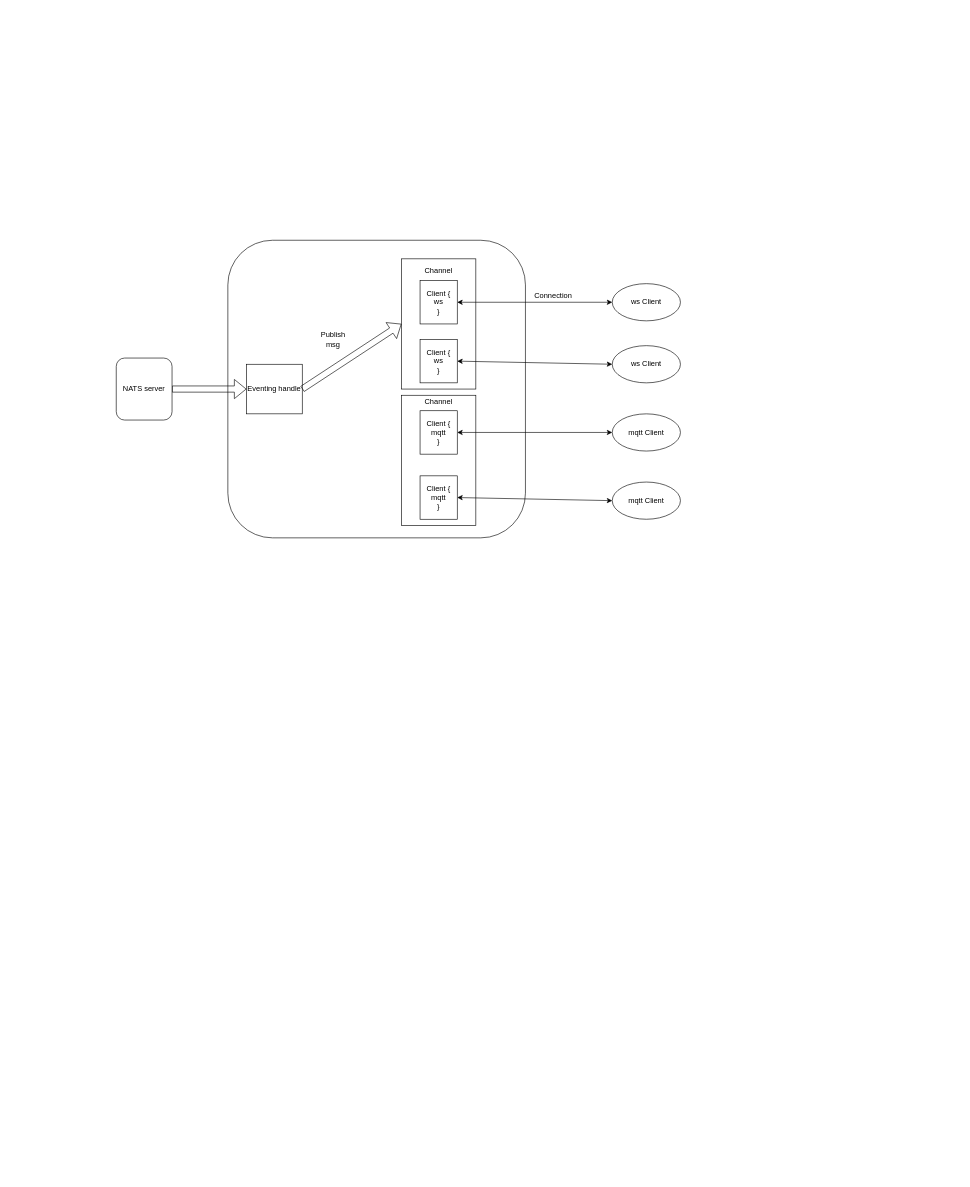
zhangwm1987/mydraw_io keeps this draw.io diagram as page "Push service" (3 of 3) of HP/whole_auth.drawio. Above is the earlier version. Source tidied: cells renumbered, new cells numbered last; positions are measured from the earlier drawing's top-left corner, leaving out a move shared by most shapes. Both pictures are drawn from the tidied source at 62%, with x=0, y=0 at pixel (116, 240).
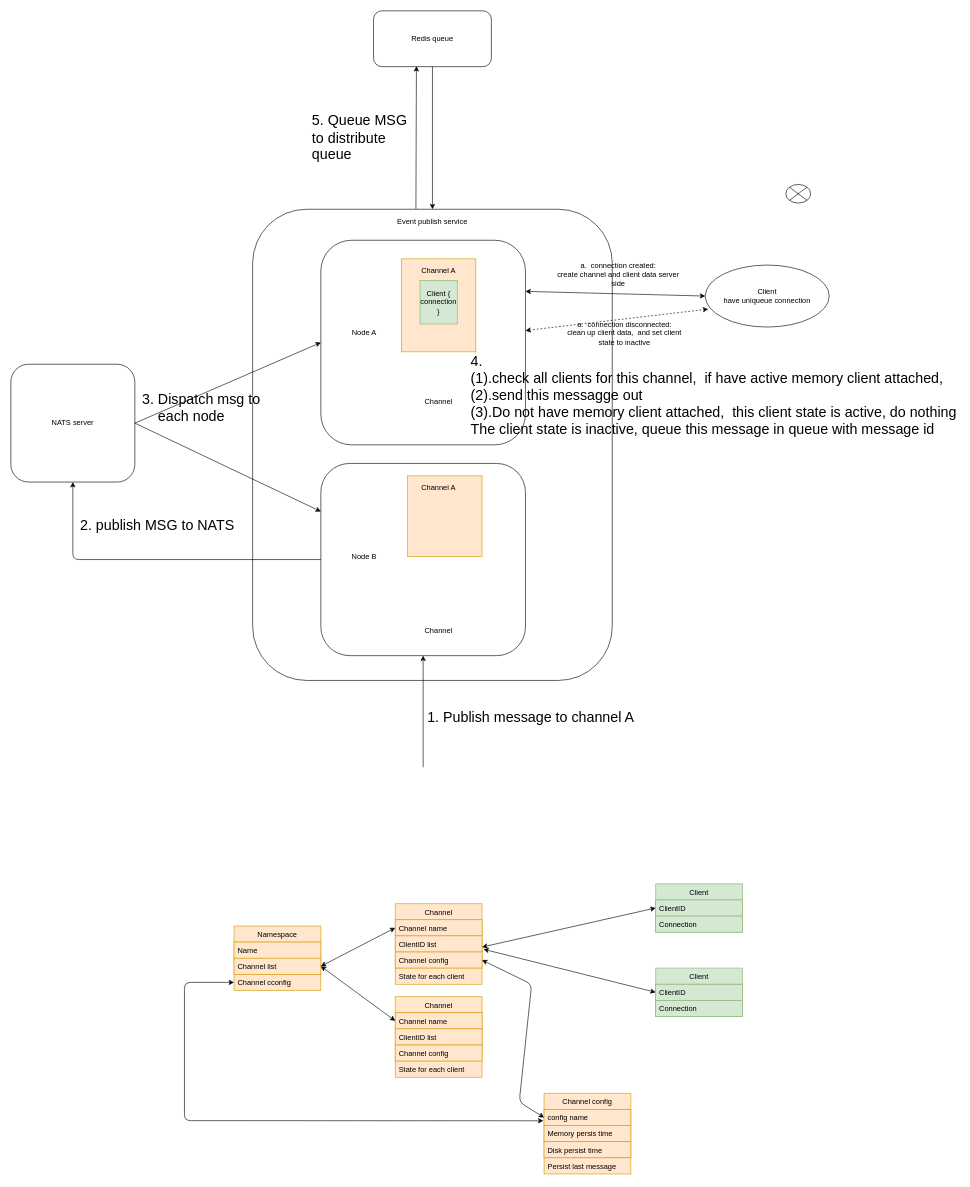
After the change.

Change to the diagram source:
```diff
@@
+    <mxCell id="25" style="rounded=1;whiteSpace=wrap;html=1;" parent="1" vertex="1">
+      <mxGeometry x="220" y="-50" width="580" height="760" as="geometry" />
+    </mxCell>
     <mxCell id="2" style="rounded=1;whiteSpace=wrap;html=1;" parent="1" vertex="1">
-      <mxGeometry x="180" width="480" height="480" as="geometry" />
+      <mxGeometry x="330" width="330" height="330" as="geometry" />
     </mxCell>
-    <mxCell id="3" value="ws Client" style="ellipse;whiteSpace=wrap;html=1;" parent="1" vertex="1">
-      <mxGeometry x="800" y="170" width="110" height="60" as="geometry" />
-    </mxCell>
-    <mxCell id="4" value="mqtt Client" style="ellipse;whiteSpace=wrap;html=1;" parent="1" vertex="1">
-      <mxGeometry x="800" y="280" width="110" height="60" as="geometry" />
-    </mxCell>
-    <mxCell id="5" value="ws Client" style="ellipse;whiteSpace=wrap;html=1;" parent="1" vertex="1">
-      <mxGeometry x="800" y="70" width="110" height="60" as="geometry" />
+    <mxCell id="5" value="Client&lt;br&gt;have uniqueue connection" style="ellipse;whiteSpace=wrap;html=1;" parent="1" vertex="1">
+      <mxGeometry x="950" y="40" width="200" height="100" as="geometry" />
     </mxCell>
-    <mxCell id="6" value="mqtt Client" style="ellipse;whiteSpace=wrap;html=1;" parent="1" vertex="1">
-      <mxGeometry x="800" y="390" width="110" height="60" as="geometry" />
-    </mxCell>
-    <mxCell id="7" style="rounded=0;whiteSpace=wrap;html=1;" parent="1" vertex="1">
-      <mxGeometry x="460" y="30" width="120" height="210" as="geometry" />
+    <mxCell id="7" style="rounded=0;whiteSpace=wrap;html=1;fillColor=#ffe6cc;strokeColor=#d79b00;" parent="1" vertex="1">
+      <mxGeometry x="460" y="30" width="120" height="150" as="geometry" />
     </mxCell>
-    <mxCell id="8" value="Client {&lt;br&gt;ws&lt;br&gt;}" style="rounded=0;whiteSpace=wrap;html=1;" parent="1" vertex="1">
+    <mxCell id="8" value="Client {&lt;br&gt;connection&lt;br&gt;}" style="rounded=0;whiteSpace=wrap;html=1;fillColor=#d5e8d4;strokeColor=#82b366;" parent="1" vertex="1">
       <mxGeometry x="490" y="65" width="60" height="70" as="geometry" />
     </mxCell>
-    <mxCell id="9" value="Client {&lt;br&gt;ws&lt;br&gt;}" style="rounded=0;whiteSpace=wrap;html=1;" parent="1" vertex="1">
-      <mxGeometry x="490" y="160" width="60" height="70" as="geometry" />
-    </mxCell>
-    <mxCell id="10" value="Channel" style="text;html=1;strokeColor=none;fillColor=none;align=center;verticalAlign=middle;whiteSpace=wrap;rounded=0;" parent="1" vertex="1">
+    <mxCell id="10" value="Channel A" style="text;html=1;strokeColor=none;fillColor=none;align=center;verticalAlign=middle;whiteSpace=wrap;rounded=0;" parent="1" vertex="1">
       <mxGeometry x="450" y="40" width="140" height="20" as="geometry" />
     </mxCell>
-    <mxCell id="11" style="rounded=0;whiteSpace=wrap;html=1;" parent="1" vertex="1">
-      <mxGeometry x="460" y="250" width="120" height="210" as="geometry" />
-    </mxCell>
-    <mxCell id="12" value="Client {&lt;br&gt;mqtt&lt;br&gt;}" style="rounded=0;whiteSpace=wrap;html=1;" parent="1" vertex="1">
-      <mxGeometry x="490" y="275" width="60" height="70" as="geometry" />
-    </mxCell>
-    <mxCell id="13" value="Client {&lt;br&gt;mqtt&lt;br&gt;}" style="rounded=0;whiteSpace=wrap;html=1;" parent="1" vertex="1">
-      <mxGeometry x="490" y="380" width="60" height="70" as="geometry" />
-    </mxCell>
-    <mxCell id="14" style="endArrow=classic;startArrow=classic;html=1;entryX=0;entryY=0.5;entryDx=0;entryDy=0;exitX=1;exitY=0.5;exitDx=0;exitDy=0;" parent="1" edge="1" source="8" target="5">
-      <mxGeometry relative="1" as="geometry" />
-    </mxCell>
-    <mxCell id="15" style="endArrow=classic;startArrow=classic;html=1;entryX=0;entryY=0.5;entryDx=0;entryDy=0;exitX=1;exitY=0.5;exitDx=0;exitDy=0;" parent="1" edge="1" source="9" target="3">
-      <mxGeometry relative="1" as="geometry" />
-    </mxCell>
-    <mxCell id="16" style="endArrow=classic;startArrow=classic;html=1;entryX=0;entryY=0.5;entryDx=0;entryDy=0;exitX=1;exitY=0.5;exitDx=0;exitDy=0;" parent="1" edge="1" source="12" target="4">
-      <mxGeometry relative="1" as="geometry" />
-    </mxCell>
-    <mxCell id="17" style="endArrow=classic;startArrow=classic;html=1;entryX=0;entryY=0.5;entryDx=0;entryDy=0;exitX=1;exitY=0.5;exitDx=0;exitDy=0;" parent="1" edge="1" source="13" target="6">
-      <mxGeometry relative="1" as="geometry" />
-    </mxCell>
@@
-    <mxCell id="19" value="Eventing handle" style="rounded=0;whiteSpace=wrap;html=1;" parent="1" vertex="1">
-      <mxGeometry x="210" y="200" width="90" height="80" as="geometry" />
-    </mxCell>
-    <mxCell id="20" style="shape=flexArrow;endArrow=classic;html=1;entryX=0;entryY=0.5;entryDx=0;entryDy=0;exitX=1;exitY=0.5;exitDx=0;exitDy=0;" parent="1" edge="1" source="19" target="7">
-      <mxGeometry relative="1" as="geometry" />
-    </mxCell>
-    <mxCell id="21" value="Publish&lt;br&gt;msg" style="text;html=1;strokeColor=none;fillColor=none;align=center;verticalAlign=middle;whiteSpace=wrap;rounded=0;" parent="1" vertex="1">
-      <mxGeometry x="330" y="150" width="40" height="20" as="geometry" />
-    </mxCell>
-    <mxCell id="22" style="shape=flexArrow;endArrow=classic;html=1;entryX=0;entryY=0.5;entryDx=0;entryDy=0;exitX=1;exitY=0.5;exitDx=0;exitDy=0;" parent="1" edge="1" source="23" target="19">
-      <mxGeometry relative="1" as="geometry" />
-    </mxCell>
+    <mxCell id="26" value="Client" style="swimlane;fontStyle=0;horizontal=1;startSize=26;fillColor=#d5e8d4;strokeColor=#82b366;" parent="1" vertex="1">
+      <mxGeometry x="870" y="1038" width="140" height="78" as="geometry" />
+    </mxCell>
+    <mxCell id="27" value="ClientID" style="text;strokeColor=#82b366;fillColor=#d5e8d4;align=left;verticalAlign=top;spacingLeft=4;spacingRight=4;overflow=hidden;points=[[0,0.5],[1,0.5]];portConstraint=eastwest;" parent="26" vertex="1">
+      <mxGeometry y="26" width="140" height="26" as="geometry" />
+    </mxCell>
+    <mxCell id="28" value="Connection" style="text;strokeColor=#82b366;fillColor=#d5e8d4;align=left;verticalAlign=top;spacingLeft=4;spacingRight=4;overflow=hidden;" parent="26" vertex="1">
+      <mxGeometry y="52" width="140" height="26" as="geometry" />
+    </mxCell>
+    <mxCell id="29" value="Channel" style="swimlane;fontStyle=0;horizontal=1;startSize=26;fillColor=#ffe6cc;strokeColor=#d79b00;" parent="1" vertex="1">
+      <mxGeometry x="450" y="1070" width="140" height="104" as="geometry" />
+    </mxCell>
+    <mxCell id="30" value="Channel name" style="text;strokeColor=#d79b00;fillColor=#ffe6cc;align=left;verticalAlign=top;spacingLeft=4;spacingRight=4;overflow=hidden;points=[[0,0.5],[1,0.5]];portConstraint=eastwest;" parent="29" vertex="1">
+      <mxGeometry y="26" width="140" height="26" as="geometry" />
+    </mxCell>
+    <mxCell id="31" value="ClientID list" style="text;strokeColor=#d79b00;fillColor=#ffe6cc;align=left;verticalAlign=top;spacingLeft=4;spacingRight=4;overflow=hidden;points=[[0,0.5],[1,0.5]];portConstraint=eastwest;" parent="29" vertex="1">
+      <mxGeometry y="52" width="140" height="26" as="geometry" />
+    </mxCell>
+    <mxCell id="32" value="Channel config&#10;" style="text;strokeColor=#d79b00;fillColor=#ffe6cc;align=left;verticalAlign=top;spacingLeft=4;spacingRight=4;overflow=hidden;points=[[0,0.5],[1,0.5]];portConstraint=eastwest;" parent="29" vertex="1">
+      <mxGeometry y="78" width="140" height="26" as="geometry" />
+    </mxCell>
+    <mxCell id="33" value="Client" style="swimlane;fontStyle=0;horizontal=1;startSize=26;fillColor=#d5e8d4;strokeColor=#82b366;" parent="1" vertex="1">
+      <mxGeometry x="870" y="1174" width="140" height="78" as="geometry" />
+    </mxCell>
+    <mxCell id="34" value="ClientID" style="text;strokeColor=#82b366;fillColor=#d5e8d4;align=left;verticalAlign=top;spacingLeft=4;spacingRight=4;overflow=hidden;points=[[0,0.5],[1,0.5]];portConstraint=eastwest;" parent="33" vertex="1">
+      <mxGeometry y="26" width="140" height="26" as="geometry" />
+    </mxCell>
+    <mxCell id="35" value="Connection" style="text;strokeColor=#82b366;fillColor=#d5e8d4;align=left;verticalAlign=top;spacingLeft=4;spacingRight=4;overflow=hidden;" parent="33" vertex="1">
+      <mxGeometry y="52" width="140" height="26" as="geometry" />
+    </mxCell>
+    <mxCell id="36" value="Channel config" style="swimlane;fontStyle=0;horizontal=1;startSize=26;fillColor=#ffe6cc;strokeColor=#d79b00;" parent="1" vertex="1">
+      <mxGeometry x="690" y="1376" width="140" height="104" as="geometry" />
+    </mxCell>
+    <mxCell id="37" value="config name" style="text;strokeColor=#d79b00;fillColor=#ffe6cc;align=left;verticalAlign=top;spacingLeft=4;spacingRight=4;overflow=hidden;points=[[0,0.5],[1,0.5]];portConstraint=eastwest;" parent="36" vertex="1">
+      <mxGeometry y="26" width="140" height="26" as="geometry" />
+    </mxCell>
+    <mxCell id="38" value="Memory persis time" style="text;strokeColor=#d79b00;fillColor=#ffe6cc;align=left;verticalAlign=top;spacingLeft=4;spacingRight=4;overflow=hidden;" parent="36" vertex="1">
+      <mxGeometry y="52" width="140" height="26" as="geometry" />
+    </mxCell>
+    <mxCell id="39" value="Disk persist time&#10;" style="text;strokeColor=#d79b00;fillColor=#ffe6cc;align=left;verticalAlign=top;spacingLeft=4;spacingRight=4;overflow=hidden;" parent="36" vertex="1">
+      <mxGeometry y="78" width="140" height="26" as="geometry" />
+    </mxCell>
+    <mxCell id="40" value="Namespace" style="swimlane;fontStyle=0;horizontal=1;startSize=26;fillColor=#ffe6cc;strokeColor=#d79b00;" parent="1" vertex="1">
+      <mxGeometry x="190" y="1106" width="140" height="78" as="geometry" />
+    </mxCell>
+    <mxCell id="41" value="Name" style="text;strokeColor=#d79b00;fillColor=#ffe6cc;align=left;verticalAlign=top;spacingLeft=4;spacingRight=4;overflow=hidden;" parent="40" vertex="1">
+      <mxGeometry y="26" width="140" height="26" as="geometry" />
+    </mxCell>
+    <mxCell id="42" value="Channel list" style="text;strokeColor=#d79b00;fillColor=#ffe6cc;align=left;verticalAlign=top;spacingLeft=4;spacingRight=4;overflow=hidden;points=[[0,0.5],[1,0.5]];portConstraint=eastwest;" parent="40" vertex="1">
+      <mxGeometry y="52" width="140" height="26" as="geometry" />
+    </mxCell>
+    <mxCell id="43" value="Channel" style="swimlane;fontStyle=0;horizontal=1;startSize=26;fillColor=#ffe6cc;strokeColor=#d79b00;" parent="1" vertex="1">
+      <mxGeometry x="450" y="1220" width="140" height="104" as="geometry" />
+    </mxCell>
+    <mxCell id="44" value="Channel name" style="text;strokeColor=#d79b00;fillColor=#ffe6cc;align=left;verticalAlign=top;spacingLeft=4;spacingRight=4;overflow=hidden;points=[[0,0.5],[1,0.5]];portConstraint=eastwest;" parent="43" vertex="1">
+      <mxGeometry y="26" width="140" height="26" as="geometry" />
+    </mxCell>
+    <mxCell id="45" value="ClientID list" style="text;strokeColor=#d79b00;fillColor=#ffe6cc;align=left;verticalAlign=top;spacingLeft=4;spacingRight=4;overflow=hidden;" parent="43" vertex="1">
+      <mxGeometry y="52" width="140" height="26" as="geometry" />
+    </mxCell>
+    <mxCell id="46" value="Channel config&#10;" style="text;strokeColor=#d79b00;fillColor=#ffe6cc;align=left;verticalAlign=top;spacingLeft=4;spacingRight=4;overflow=hidden;" parent="43" vertex="1">
+      <mxGeometry y="78" width="140" height="26" as="geometry" />
+    </mxCell>
+    <mxCell id="47" style="endArrow=classic;startArrow=classic;html=1;exitX=1;exitY=0.5;exitDx=0;exitDy=0;entryX=0;entryY=0.5;entryDx=0;entryDy=0;" parent="1" edge="1" source="42" target="30">
+      <mxGeometry relative="1" as="geometry" />
+    </mxCell>
+    <mxCell id="48" style="endArrow=classic;startArrow=classic;html=1;exitX=1;exitY=0.5;exitDx=0;exitDy=0;entryX=0;entryY=0.5;entryDx=0;entryDy=0;" parent="1" edge="1" source="42" target="44">
+      <mxGeometry relative="1" as="geometry" />
+    </mxCell>
+    <mxCell id="49" style="endArrow=classic;startArrow=classic;html=1;exitX=1;exitY=0.692;exitDx=0;exitDy=0;exitPerimeter=0;entryX=0;entryY=0.5;entryDx=0;entryDy=0;" parent="1" edge="1" source="31" target="27">
+      <mxGeometry relative="1" as="geometry" />
+    </mxCell>
+    <mxCell id="50" style="endArrow=classic;startArrow=classic;html=1;exitX=1.016;exitY=-0.172;exitDx=0;exitDy=0;exitPerimeter=0;entryX=0;entryY=0.5;entryDx=0;entryDy=0;" parent="1" edge="1" source="32" target="34">
+      <mxGeometry relative="1" as="geometry" />
+    </mxCell>
+    <mxCell id="51" style="endArrow=classic;startArrow=classic;html=1;entryX=0;entryY=0.5;entryDx=0;entryDy=0;exitX=1;exitY=0.5;exitDx=0;exitDy=0;" parent="1" edge="1" source="32" target="37">
+      <mxGeometry relative="1" as="geometry">
+        <Array as="points">
+          <mxPoint x="670" y="1200" />
+          <mxPoint x="650" y="1390" />
+        </Array>
+      </mxGeometry>
+    </mxCell>
+    <mxCell id="52" value="Persist last message" style="text;strokeColor=#d79b00;fillColor=#ffe6cc;align=left;verticalAlign=top;spacingLeft=4;spacingRight=4;overflow=hidden;" parent="1" vertex="1">
+      <mxGeometry x="690" y="1480" width="140" height="26" as="geometry" />
+    </mxCell>
+    <mxCell id="53" style="rounded=1;whiteSpace=wrap;html=1;" parent="1" vertex="1">
+      <mxGeometry x="330" y="360" width="330" height="310" as="geometry" />
+    </mxCell>
+    <mxCell id="54" style="rounded=0;whiteSpace=wrap;html=1;fillColor=#ffe6cc;strokeColor=#d79b00;" parent="1" vertex="1">
+      <mxGeometry x="470" y="380" width="120" height="130" as="geometry" />
+    </mxCell>
+    <mxCell id="55" value="Channel A" style="text;html=1;strokeColor=none;fillColor=none;align=center;verticalAlign=middle;whiteSpace=wrap;rounded=0;" parent="1" vertex="1">
+      <mxGeometry x="450" y="390" width="140" height="20" as="geometry" />
+    </mxCell>
+    <mxCell id="56" value="Channel" style="text;html=1;strokeColor=none;fillColor=none;align=center;verticalAlign=middle;whiteSpace=wrap;rounded=0;" parent="1" vertex="1">
+      <mxGeometry x="450" y="620" width="140" height="20" as="geometry" />
+    </mxCell>
+    <mxCell id="57" style="endArrow=classic;html=1;entryX=0.5;entryY=1;entryDx=0;entryDy=0;" parent="1" edge="1" target="53">
+      <mxGeometry relative="1" as="geometry">
+        <mxPoint x="495" y="850" as="sourcePoint" />
+      </mxGeometry>
+    </mxCell>
+    <mxCell id="58" value="&lt;font style=&quot;font-size: 23px&quot;&gt;1. Publish message to channel A&lt;/font&gt;" style="text;html=1;strokeColor=none;fillColor=none;align=left;verticalAlign=middle;whiteSpace=wrap;rounded=0;" parent="1" vertex="1">
+      <mxGeometry x="500" y="760" width="400" height="20" as="geometry" />
+    </mxCell>
+    <mxCell id="59" value="Event publish service" style="text;html=1;strokeColor=none;fillColor=none;align=center;verticalAlign=middle;whiteSpace=wrap;rounded=0;" parent="1" vertex="1">
+      <mxGeometry x="420" y="-40" width="180" height="20" as="geometry" />
+    </mxCell>
+    <mxCell id="60" value="Redis queue" style="rounded=1;whiteSpace=wrap;html=1;" parent="1" vertex="1">
+      <mxGeometry x="415" y="-370" width="190" height="90" as="geometry" />
+    </mxCell>
+    <mxCell id="61" style="endArrow=classic;html=1;exitX=0.454;exitY=-0.001;exitDx=0;exitDy=0;exitPerimeter=0;entryX=0.364;entryY=0.991;entryDx=0;entryDy=0;entryPerimeter=0;" parent="1" edge="1" source="25" target="60">
+      <mxGeometry relative="1" as="geometry" />
+    </mxCell>
+    <mxCell id="62" value="Node A" style="text;html=1;strokeColor=none;fillColor=none;align=center;verticalAlign=middle;whiteSpace=wrap;rounded=0;" parent="1" vertex="1">
+      <mxGeometry x="360" y="140" width="80" height="20" as="geometry" />
+    </mxCell>
+    <mxCell id="63" value="Node B" style="text;html=1;strokeColor=none;fillColor=none;align=center;verticalAlign=middle;whiteSpace=wrap;rounded=0;" parent="1" vertex="1">
+      <mxGeometry x="360" y="500" width="80" height="20" as="geometry" />
+    </mxCell>
+    <mxCell id="64" style="endArrow=classic;html=1;exitX=0.5;exitY=1;exitDx=0;exitDy=0;entryX=0.5;entryY=0;entryDx=0;entryDy=0;" parent="1" edge="1" source="60" target="25">
+      <mxGeometry relative="1" as="geometry" />
+    </mxCell>
     <mxCell id="23" value="NATS server" style="rounded=1;whiteSpace=wrap;html=1;" parent="1" vertex="1">
-      <mxGeometry y="190" width="90" height="100" as="geometry" />
+      <mxGeometry x="-170" y="200" width="200" height="190" as="geometry" />
     </mxCell>
-    <mxCell id="24" value="Connection" style="text;html=1;strokeColor=none;fillColor=none;align=center;verticalAlign=middle;whiteSpace=wrap;rounded=0;" parent="1" vertex="1">
-      <mxGeometry x="640" y="80" width="130" height="20" as="geometry" />
-    </mxCell>
+    <mxCell id="65" style="endArrow=classic;html=1;exitX=0;exitY=0.5;exitDx=0;exitDy=0;entryX=0.5;entryY=1;entryDx=0;entryDy=0;" parent="1" edge="1" source="53" target="23">
+      <mxGeometry relative="1" as="geometry">
+        <Array as="points">
+          <mxPoint x="-70" y="515" />
+        </Array>
+      </mxGeometry>
+    </mxCell>
+    <mxCell id="66" value="&lt;span style=&quot;font-size: 23px&quot;&gt;2. publish MSG to NATS&lt;/span&gt;" style="text;html=1;strokeColor=none;fillColor=none;align=left;verticalAlign=middle;whiteSpace=wrap;rounded=0;" parent="1" vertex="1">
+      <mxGeometry x="-60" y="450" width="400" height="20" as="geometry" />
+    </mxCell>
+    <mxCell id="67" style="endArrow=classic;html=1;entryX=0;entryY=0.5;entryDx=0;entryDy=0;exitX=1;exitY=0.5;exitDx=0;exitDy=0;" parent="1" edge="1" source="23" target="2">
+      <mxGeometry relative="1" as="geometry" />
+    </mxCell>
+    <mxCell id="68" style="endArrow=classic;html=1;entryX=0;entryY=0.25;entryDx=0;entryDy=0;exitX=1;exitY=0.5;exitDx=0;exitDy=0;" parent="1" edge="1" source="23" target="53">
+      <mxGeometry relative="1" as="geometry" />
+    </mxCell>
+    <mxCell id="69" value="&lt;span style=&quot;font-size: 23px&quot;&gt;3. Dispatch msg to&amp;nbsp;&lt;br&gt;&amp;nbsp; &amp;nbsp; each node&lt;br&gt;&lt;/span&gt;" style="text;html=1;strokeColor=none;fillColor=none;align=left;verticalAlign=middle;whiteSpace=wrap;rounded=0;" parent="1" vertex="1">
+      <mxGeometry x="40" y="260" width="400" height="20" as="geometry" />
+    </mxCell>
+    <mxCell id="70" value="&lt;span style=&quot;font-size: 23px&quot;&gt;5. Queue MSG to distribute queue&lt;/span&gt;" style="text;html=1;strokeColor=none;fillColor=none;align=left;verticalAlign=middle;whiteSpace=wrap;rounded=0;" parent="1" vertex="1">
+      <mxGeometry x="314" y="-240" width="160" height="150" as="geometry" />
+    </mxCell>
+    <mxCell id="71" value="State for each client" style="text;strokeColor=#d79b00;fillColor=#ffe6cc;align=left;verticalAlign=top;spacingLeft=4;spacingRight=4;overflow=hidden;" parent="1" vertex="1">
+      <mxGeometry x="450" y="1174" width="140" height="26" as="geometry" />
+    </mxCell>
+    <mxCell id="72" value="State for each client" style="text;strokeColor=#d79b00;fillColor=#ffe6cc;align=left;verticalAlign=top;spacingLeft=4;spacingRight=4;overflow=hidden;" parent="1" vertex="1">
+      <mxGeometry x="450" y="1324" width="140" height="26" as="geometry" />
+    </mxCell>
+    <mxCell id="73" value="&lt;span style=&quot;font-size: 23px&quot;&gt;4.&amp;nbsp; &lt;br&gt;&lt;/span&gt;&lt;span style=&quot;font-size: 23px&quot;&gt;(1).check all clients for this channel,&amp;nbsp; if have active memory client attached,&amp;nbsp; (2).send this messagge out&lt;/span&gt;&lt;span style=&quot;font-size: 23px&quot;&gt;&lt;br&gt;&lt;/span&gt;&lt;span style=&quot;font-size: 23px&quot;&gt;(3).Do not have memory client attached,&amp;nbsp; this client state is active, do nothing&lt;/span&gt;&lt;span style=&quot;font-size: 23px&quot;&gt;&lt;br&gt;&lt;/span&gt;&lt;span style=&quot;font-size: 23px&quot;&gt;The client state is inactive, queue this message in queue with message id&lt;/span&gt;&lt;span style=&quot;font-size: 23px&quot;&gt;&lt;br&gt;&lt;/span&gt;" style="text;html=1;strokeColor=none;fillColor=none;align=left;verticalAlign=middle;whiteSpace=wrap;rounded=0;" parent="1" vertex="1">
+      <mxGeometry x="570" y="210" width="790" height="80" as="geometry" />
+    </mxCell>
+    <mxCell id="74" value="a.&amp;nbsp; connection created:&lt;br&gt;create channel and client data server side" style="text;html=1;strokeColor=none;fillColor=none;align=center;verticalAlign=middle;whiteSpace=wrap;rounded=0;" parent="1" vertex="1">
+      <mxGeometry x="710" y="30" width="200" height="50" as="geometry" />
+    </mxCell>
+    <mxCell id="75" style="verticalLabelPosition=bottom;verticalAlign=top;html=1;shape=mxgraph.flowchart.or;" parent="1" vertex="1">
+      <mxGeometry x="1080" y="-90" width="40" height="30" as="geometry" />
+    </mxCell>
+    <mxCell id="76" style="endArrow=classic;startArrow=classic;html=1;entryX=0;entryY=0.5;entryDx=0;entryDy=0;exitX=1;exitY=0.25;exitDx=0;exitDy=0;" parent="1" edge="1" source="2" target="5">
+      <mxGeometry relative="1" as="geometry" />
+    </mxCell>
+    <mxCell id="77" style="endArrow=classic;startArrow=classic;html=1;entryX=0.024;entryY=0.711;entryDx=0;entryDy=0;entryPerimeter=0;dashed=1;" parent="1" edge="1" source="2" target="5">
+      <mxGeometry relative="1" as="geometry" />
+    </mxCell>
+    <mxCell id="78" value="a.&amp;nbsp; connection disconnected:&lt;br&gt;clean up client data,&amp;nbsp; and set client state to inactive" style="text;html=1;strokeColor=none;fillColor=none;align=center;verticalAlign=middle;whiteSpace=wrap;rounded=0;" parent="1" vertex="1">
+      <mxGeometry x="720" y="125" width="200" height="50" as="geometry" />
+    </mxCell>
+    <mxCell id="79" value="Channel cconfig" style="text;strokeColor=#d79b00;fillColor=#ffe6cc;align=left;verticalAlign=top;spacingLeft=4;spacingRight=4;overflow=hidden;points=[[0,0.5],[1,0.5]];portConstraint=eastwest;" parent="1" vertex="1">
+      <mxGeometry x="190" y="1184" width="140" height="26" as="geometry" />
+    </mxCell>
+    <mxCell id="80" style="endArrow=classic;startArrow=classic;html=1;entryX=0;entryY=0.5;entryDx=0;entryDy=0;exitX=-0.008;exitY=0.7;exitDx=0;exitDy=0;exitPerimeter=0;" parent="1" edge="1" source="37" target="79">
+      <mxGeometry relative="1" as="geometry">
+        <Array as="points">
+          <mxPoint x="110" y="1420" />
+          <mxPoint x="110" y="1197" />
+        </Array>
+      </mxGeometry>
+    </mxCell>
```
